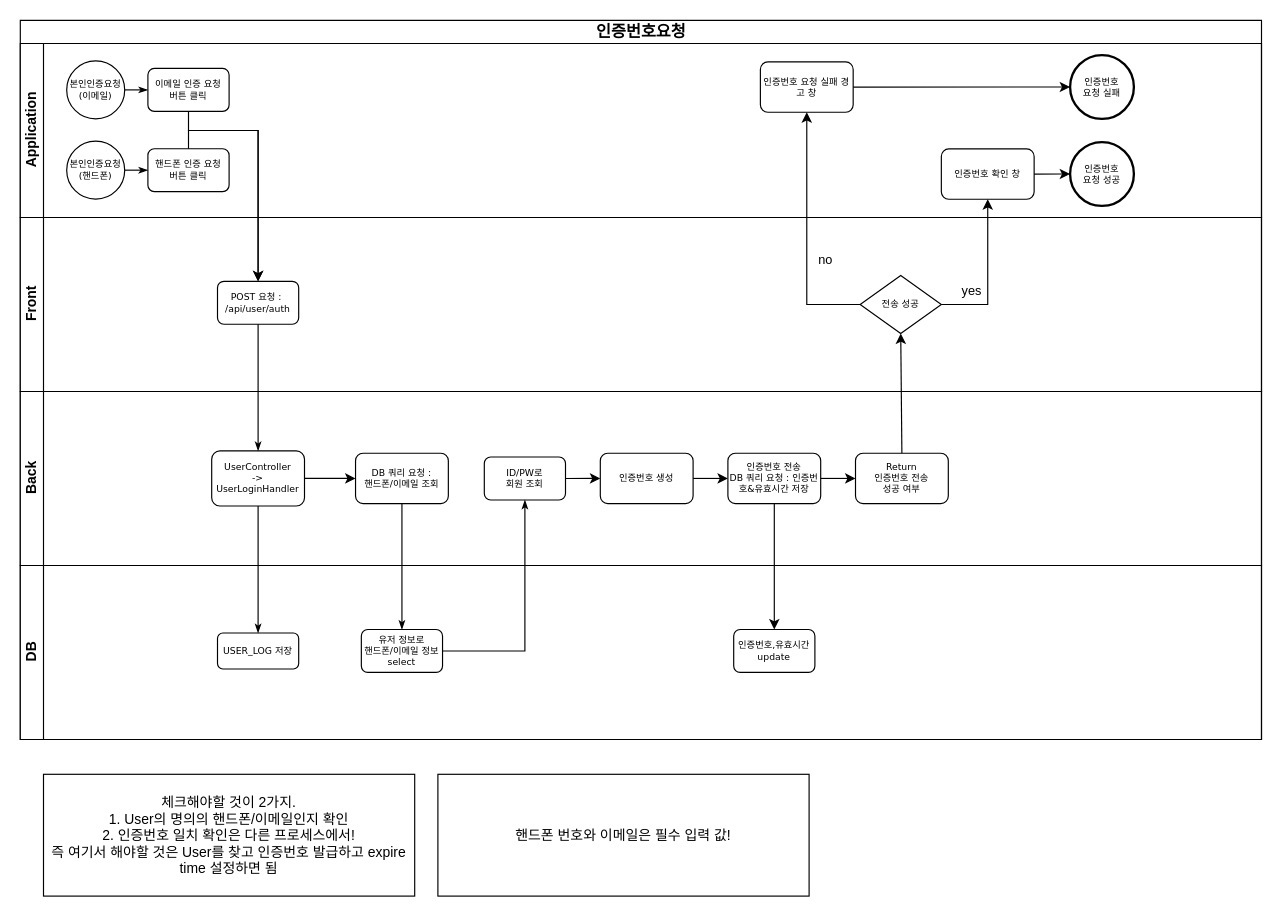
The draw.io diagram page "인증번호요청" (2 of 12) of flowchart.drawio in dyonyon2/The-10000-Hour-Rule, before the edit. Source tidied: cells renumbered, new cells numbered last; positions are measured from the earlier drawing's top-left corner, leaving out a move shared by most shapes. Both pictures are drawn from the tidied source at 116%, with x=0, y=0 at pixel (20, 20).
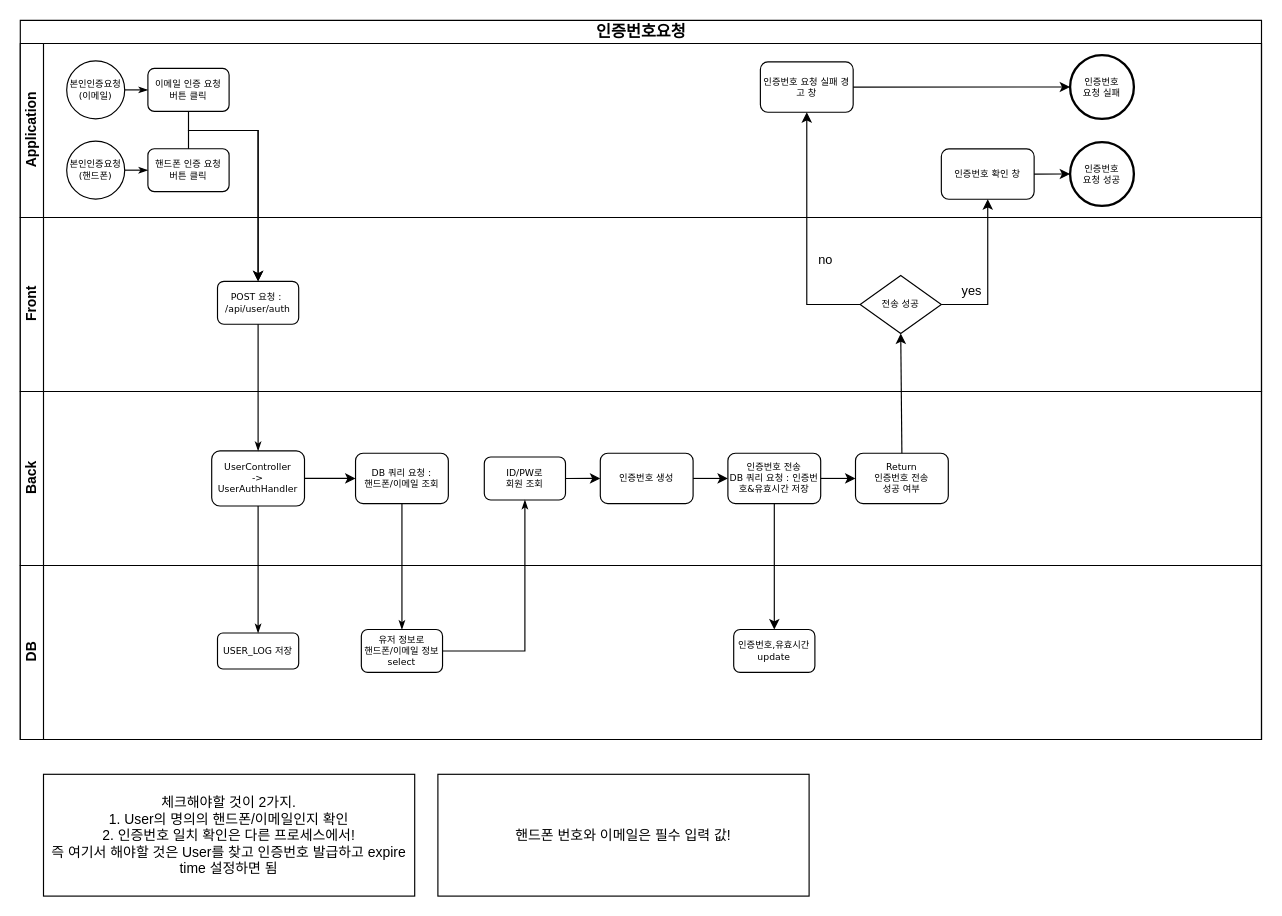
The same diagram, later.

Unchanged cells that the change refers to:
```xml
<mxCell id="37" value="DB" style="swimlane;html=1;startSize=20;horizontal=0;" parent="1" vertex="1">
  <mxGeometry y="470" width="1070" height="150" as="geometry" />
</mxCell>
```

Diff of the diagram source:
```diff
@@
-    <mxCell id="38" value="UserController &lt;br&gt;-&amp;gt; UserLoginHandler" style="rounded=1;whiteSpace=wrap;html=1;shadow=0;labelBackgroundColor=none;strokeWidth=1;fontFamily=Verdana;fontSize=8;align=center;" parent="37" vertex="1">
+    <mxCell id="38" value="UserController &lt;br&gt;-&amp;gt; UserAuthHandler" style="rounded=1;whiteSpace=wrap;html=1;shadow=0;labelBackgroundColor=none;strokeWidth=1;fontFamily=Verdana;fontSize=8;align=center;" parent="37" vertex="1">
       <mxGeometry x="165" y="-98.8" width="80" height="47.5" as="geometry" />
     </mxCell>
```
